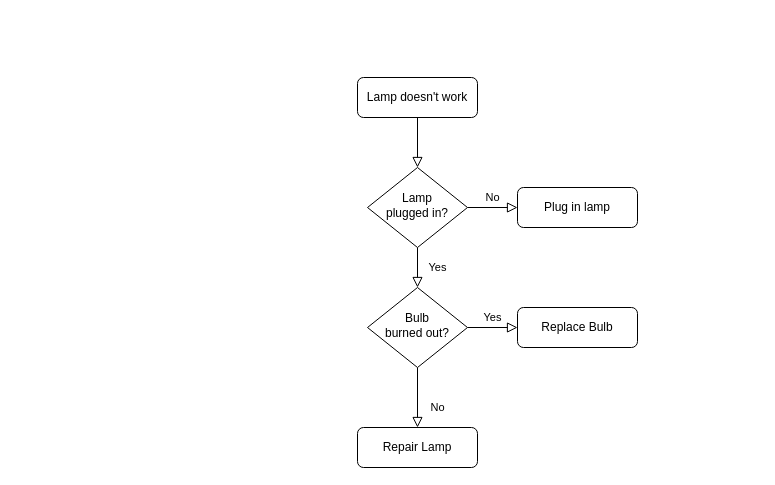
Above: Diagrams/RoomsAreaAlgorithm.drawio in vlastroG/RevitPluginPGS (draw.io), before the change. Source tidied: cells renumbered, new cells numbered last; positions are measured from the earlier drawing's top-left corner, leaving out a move shared by most shapes. Both pictures are drawn from the tidied source at 100%, with x=0, y=0 at pixel (357, 77).
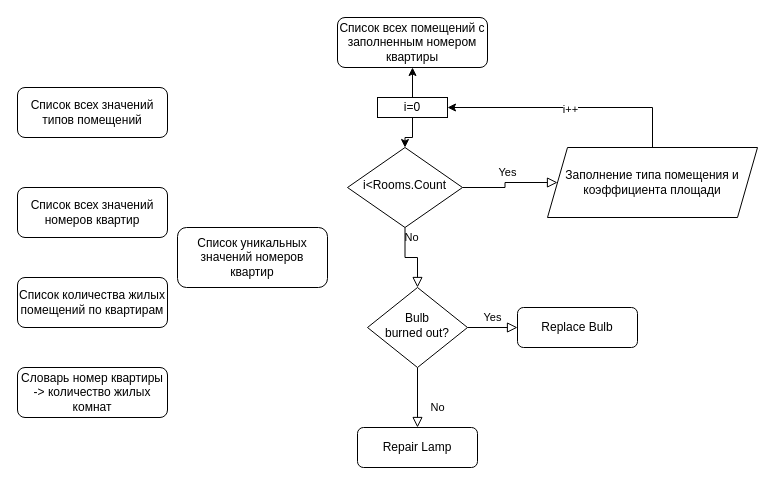
Above is the later version.

The change refers to these unchanged cells:
```xml
<mxCell id="10" value="Bulb&lt;br&gt;burned out?" style="rhombus;whiteSpace=wrap;html=1;shadow=0;fontFamily=Helvetica;fontSize=12;align=center;strokeWidth=1;spacing=6;spacingTop=-4;" parent="1" vertex="1">
  <mxGeometry x="10" y="210" width="100" height="80" as="geometry" />
</mxCell>
```

Diff of the diagram source:
```diff
@@
-    <mxCell id="2" style="rounded=0;html=1;jettySize=auto;fontSize=11;endArrow=block;endFill=0;endSize=8;strokeWidth=1;shadow=0;labelBackgroundColor=none;edgeStyle=orthogonalEdgeStyle;" parent="1" edge="1" source="3" target="6">
-      <mxGeometry relative="1" as="geometry" />
-    </mxCell>
-    <mxCell id="3" value="Lamp doesn't work" style="rounded=1;whiteSpace=wrap;html=1;fontSize=12;glass=0;strokeWidth=1;shadow=0;" parent="1" vertex="1">
-      <mxGeometry width="120" height="40" as="geometry" />
+    <mxCell id="3" value="Список всех помещений с заполненным номером квартиры" style="rounded=1;whiteSpace=wrap;html=1;fontSize=12;glass=0;strokeWidth=1;shadow=0;" parent="1" vertex="1">
+      <mxGeometry x="-20" y="-60" width="150" height="50" as="geometry" />
     </mxCell>
-    <mxCell id="4" value="Yes" style="rounded=0;html=1;jettySize=auto;fontSize=11;endArrow=block;endFill=0;endSize=8;strokeWidth=1;shadow=0;labelBackgroundColor=none;edgeStyle=orthogonalEdgeStyle;" parent="1" edge="1" source="6" target="10">
+    <mxCell id="4" value="No" style="rounded=0;html=1;jettySize=auto;fontSize=11;endArrow=block;endFill=0;endSize=8;strokeWidth=1;shadow=0;labelBackgroundColor=none;edgeStyle=orthogonalEdgeStyle;" parent="1" edge="1" source="6" target="10">
       <mxGeometry y="20" relative="1" as="geometry" />
     </mxCell>
-    <mxCell id="5" value="No" style="edgeStyle=orthogonalEdgeStyle;rounded=0;html=1;jettySize=auto;fontSize=11;endArrow=block;endFill=0;endSize=8;strokeWidth=1;shadow=0;labelBackgroundColor=none;" parent="1" edge="1" source="6" target="7">
+    <mxCell id="5" value="Yes" style="edgeStyle=orthogonalEdgeStyle;rounded=0;html=1;jettySize=auto;fontSize=11;endArrow=block;endFill=0;endSize=8;strokeWidth=1;shadow=0;labelBackgroundColor=none;entryX=0;entryY=0.5;entryDx=0;entryDy=0;" parent="1" edge="1" source="6" target="20">
       <mxGeometry y="10" relative="1" as="geometry" />
     </mxCell>
-    <mxCell id="6" value="Lamp&lt;br&gt;plugged in?" style="rhombus;whiteSpace=wrap;html=1;shadow=0;fontFamily=Helvetica;fontSize=12;align=center;strokeWidth=1;spacing=6;spacingTop=-4;" parent="1" vertex="1">
-      <mxGeometry x="10" y="90" width="100" height="80" as="geometry" />
+    <mxCell id="6" value="i&amp;lt;Rooms.Count" style="rhombus;whiteSpace=wrap;html=1;shadow=0;fontFamily=Helvetica;fontSize=12;align=center;strokeWidth=1;spacing=6;spacingTop=-4;" parent="1" vertex="1">
+      <mxGeometry x="-10" y="70" width="115" height="80" as="geometry" />
     </mxCell>
-    <mxCell id="7" value="Plug in lamp" style="rounded=1;whiteSpace=wrap;html=1;fontSize=12;glass=0;strokeWidth=1;shadow=0;" parent="1" vertex="1">
-      <mxGeometry x="160" y="110" width="120" height="40" as="geometry" />
-    </mxCell>
@@
+    <mxCell id="13" value="Список всех значений типов помещений" style="rounded=1;whiteSpace=wrap;html=1;fontSize=12;glass=0;strokeWidth=1;shadow=0;" parent="1" vertex="1">
+      <mxGeometry x="-340" y="10" width="150" height="50" as="geometry" />
+    </mxCell>
+    <mxCell id="14" value="Список всех значений номеров квартир" style="rounded=1;whiteSpace=wrap;html=1;fontSize=12;glass=0;strokeWidth=1;shadow=0;" parent="1" vertex="1">
+      <mxGeometry x="-340" y="110" width="150" height="50" as="geometry" />
+    </mxCell>
+    <mxCell id="15" value="Список уникальных значений номеров квартир" style="rounded=1;whiteSpace=wrap;html=1;fontSize=12;glass=0;strokeWidth=1;shadow=0;" parent="1" vertex="1">
+      <mxGeometry x="-180" y="150" width="150" height="60" as="geometry" />
+    </mxCell>
+    <mxCell id="16" value="Список количества жилых помещений по квартирам" style="rounded=1;whiteSpace=wrap;html=1;fontSize=12;glass=0;strokeWidth=1;shadow=0;" parent="1" vertex="1">
+      <mxGeometry x="-340" y="200" width="150" height="50" as="geometry" />
+    </mxCell>
+    <mxCell id="17" value="Словарь номер квартиры -&amp;gt; количество жилых комнат" style="rounded=1;whiteSpace=wrap;html=1;fontSize=12;glass=0;strokeWidth=1;shadow=0;" parent="1" vertex="1">
+      <mxGeometry x="-340" y="290" width="150" height="50" as="geometry" />
+    </mxCell>
+    <mxCell id="18" style="edgeStyle=orthogonalEdgeStyle;rounded=0;jettySize=auto;html=1;entryX=1;entryY=0.5;entryDx=0;entryDy=0;" parent="1" edge="1" source="20" target="23">
+      <mxGeometry relative="1" as="geometry">
+        <Array as="points">
+          <mxPoint x="295" y="30" />
+        </Array>
+      </mxGeometry>
+    </mxCell>
+    <mxCell id="19" value="i++" style="edgeLabel;html=1;align=center;verticalAlign=middle;" parent="18" vertex="1">
+      <mxGeometry y="1" relative="1" as="geometry" />
+    </mxCell>
+    <mxCell id="20" value="Заполнение типа помещения и коэффициента площади" style="shape=parallelogram;perimeter=parallelogramPerimeter;whiteSpace=wrap;html=1;fixedSize=1;" parent="1" vertex="1">
+      <mxGeometry x="190" y="70" width="210" height="70" as="geometry" />
+    </mxCell>
+    <mxCell id="21" style="edgeStyle=orthogonalEdgeStyle;rounded=0;jettySize=auto;html=1;" parent="1" edge="1" source="23" target="3">
+      <mxGeometry relative="1" as="geometry" />
+    </mxCell>
+    <mxCell id="22" style="edgeStyle=orthogonalEdgeStyle;rounded=0;jettySize=auto;html=1;entryX=0.5;entryY=0;entryDx=0;entryDy=0;" parent="1" edge="1" source="23" target="6">
+      <mxGeometry relative="1" as="geometry" />
+    </mxCell>
+    <mxCell id="23" value="i=0" style="rounded=0;whiteSpace=wrap;html=1;" parent="1" vertex="1">
+      <mxGeometry x="20" y="20" width="70" height="20" as="geometry" />
+    </mxCell>
```
